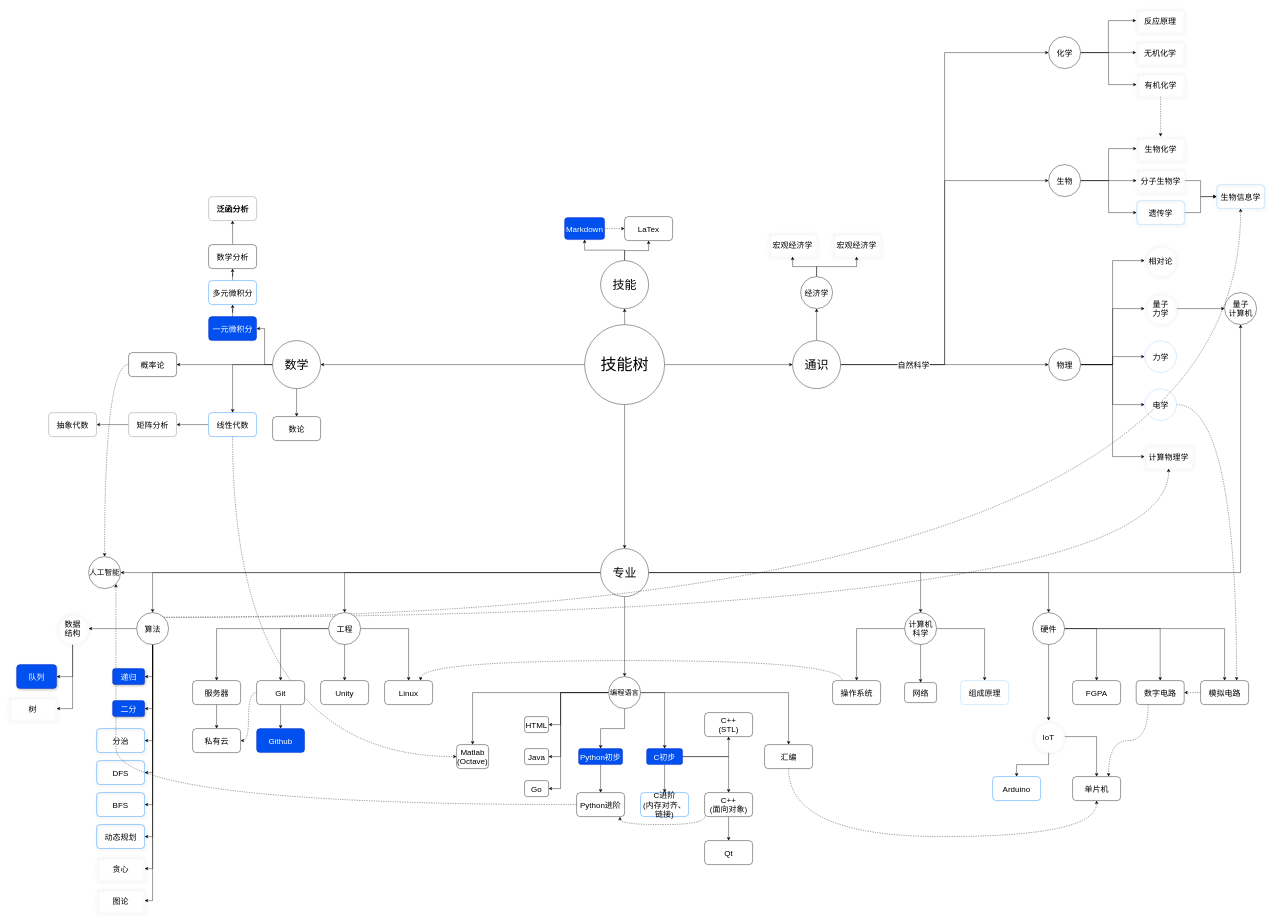
This is map.drawio from JohnLulzh2002/My-notes, a draw.io file, before an edit. Source tidied: cells renumbered, new cells numbered last; positions are measured from the earlier drawing's top-left corner, leaving out a move shared by most shapes. Both pictures are drawn from the tidied source at 40%, with x=0, y=0 at pixel (8, 8).
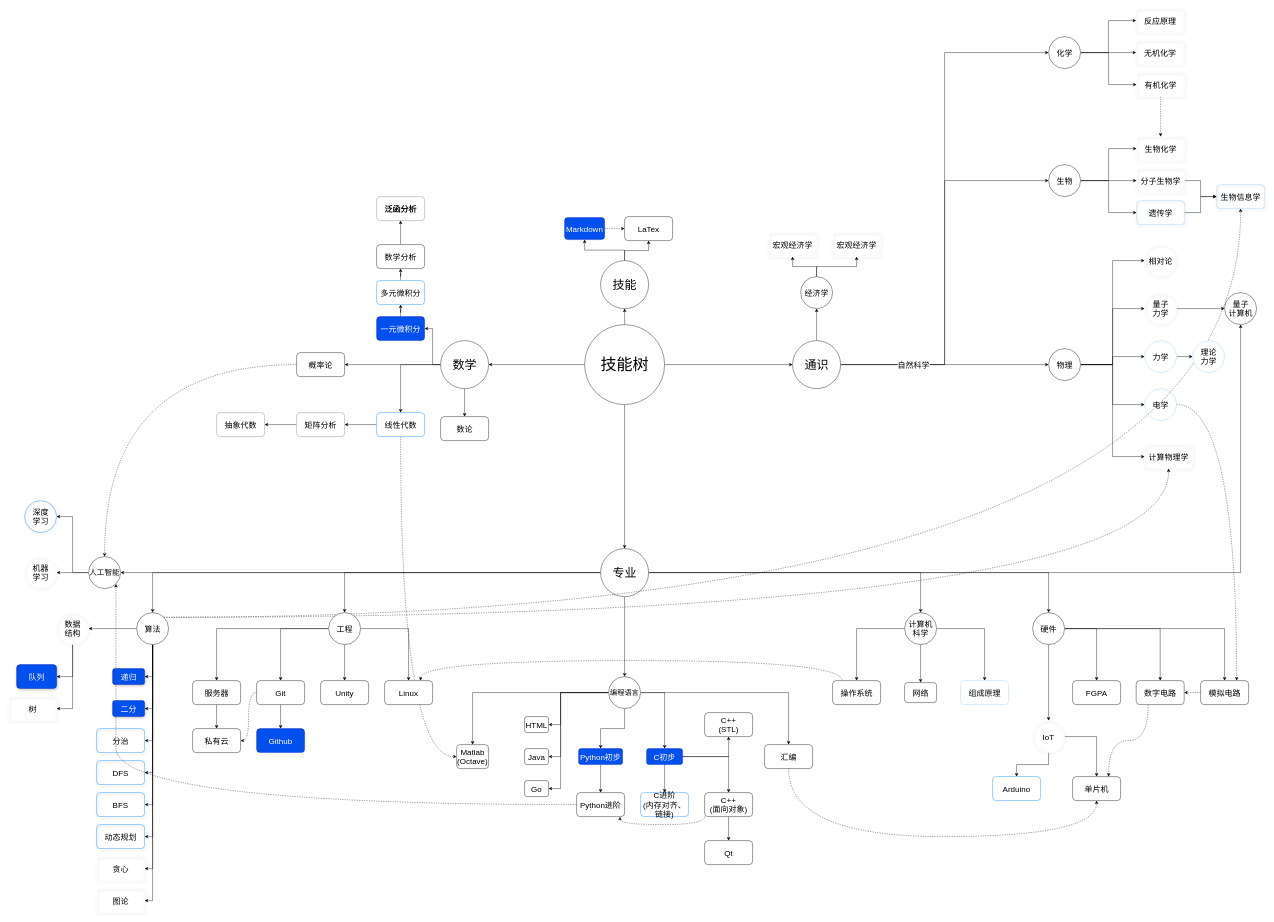
The same diagram, later.

The change refers to these unchanged cells:
```xml
<mxCell id="54" value="力学" style="ellipse;whiteSpace=wrap;html=1;fontSize=20;strokeColor=#99CCFF;" parent="1" vertex="1">
  <mxGeometry x="2840" y="830" width="80" height="80" as="geometry" />
</mxCell>
<mxCell id="114" value="&lt;font style=&quot;font-size: 19px&quot;&gt;人工智能&lt;/font&gt;" style="ellipse;whiteSpace=wrap;html=1;rounded=1;gradientColor=none;fontSize=20;" parent="1" vertex="1">
  <mxGeometry x="200" y="1370" width="80" height="80" as="geometry" />
</mxCell>
```

Change to the diagram source:
```diff
@@
     <mxCell id="28" value="&lt;font style=&quot;font-size: 30px&quot;&gt;数学&lt;/font&gt;" style="ellipse;whiteSpace=wrap;html=1;fontSize=20;" parent="1" vertex="1">
-      <mxGeometry x="660" y="830" width="120" height="120" as="geometry" />
+      <mxGeometry x="1080" y="830" width="120" height="120" as="geometry" />
     </mxCell>
@@
     <mxCell id="35" value="一元微积分" style="rounded=1;whiteSpace=wrap;html=1;fontSize=20;strokeColor=#001DBC;fillColor=#0050ef;fontColor=#ffffff;" parent="1" vertex="1">
-      <mxGeometry x="500" y="770" width="120" height="60" as="geometry" />
+      <mxGeometry x="920" y="770" width="120" height="60" as="geometry" />
     </mxCell>
@@
     <mxCell id="38" value="线性代数" style="rounded=1;whiteSpace=wrap;html=1;fontSize=20;strokeColor=#007FFF;" parent="1" vertex="1">
-      <mxGeometry x="500" y="1010" width="120" height="60" as="geometry" />
+      <mxGeometry x="920" y="1010" width="120" height="60" as="geometry" />
     </mxCell>
@@
     <mxCell id="40" value="矩阵分析" style="whiteSpace=wrap;html=1;rounded=1;fontSize=20;strokeColor=#808080;" parent="1" vertex="1">
-      <mxGeometry x="300" y="1010" width="120" height="60" as="geometry" />
+      <mxGeometry x="720" y="1010" width="120" height="60" as="geometry" />
     </mxCell>
@@
     <mxCell id="42" value="数学分析" style="whiteSpace=wrap;html=1;rounded=1;fontSize=20;" parent="1" vertex="1">
-      <mxGeometry x="500" y="590" width="120" height="60" as="geometry" />
+      <mxGeometry x="920" y="590" width="120" height="60" as="geometry" />
     </mxCell>
@@
     <mxCell id="44" value="概率论" style="whiteSpace=wrap;html=1;fontSize=20;rounded=1;" parent="1" vertex="1">
-      <mxGeometry x="300" y="860" width="120" height="60" as="geometry" />
+      <mxGeometry x="720" y="860" width="120" height="60" as="geometry" />
     </mxCell>
     <mxCell id="45" value="数论" style="rounded=1;whiteSpace=wrap;html=1;fontSize=20;" parent="1" vertex="1">
-      <mxGeometry x="660" y="1020" width="120" height="60" as="geometry" />
+      <mxGeometry x="1080" y="1020" width="120" height="60" as="geometry" />
     </mxCell>
@@
+    <mxCell id="176" style="edgeStyle=orthogonalEdgeStyle;rounded=0;jettySize=auto;html=1;" parent="1" edge="1" source="54" target="179">
+      <mxGeometry relative="1" as="geometry" />
+    </mxCell>
@@
+    <mxCell id="177" style="edgeStyle=orthogonalEdgeStyle;rounded=0;jettySize=auto;html=1;" parent="1" edge="1" source="114" target="180">
+      <mxGeometry relative="1" as="geometry" />
+    </mxCell>
+    <mxCell id="178" style="edgeStyle=orthogonalEdgeStyle;rounded=0;jettySize=auto;html=1;entryX=1;entryY=0.5;entryDx=0;entryDy=0;" parent="1" edge="1" source="114" target="181">
+      <mxGeometry relative="1" as="geometry" />
+    </mxCell>
@@
     <mxCell id="129" value="&lt;span class=&quot;RichText ztext CopyrightRichText-richText&quot; itemprop=&quot;text&quot;&gt;&lt;b&gt;泛函分析&lt;/b&gt;&lt;/span&gt;" style="whiteSpace=wrap;html=1;rounded=1;fontSize=20;strokeColor=#808080;" parent="1" vertex="1">
-      <mxGeometry x="500" y="470" width="120" height="60" as="geometry" />
+      <mxGeometry x="920" y="470" width="120" height="60" as="geometry" />
     </mxCell>
@@
     <mxCell id="164" value="抽象代数" style="whiteSpace=wrap;html=1;rounded=1;fontSize=20;strokeColor=#808080;" parent="1" vertex="1">
-      <mxGeometry x="100" y="1010" width="120" height="60" as="geometry" />
+      <mxGeometry x="520" y="1010" width="120" height="60" as="geometry" />
     </mxCell>
@@
     <mxCell id="175" value="多元微积分" style="rounded=1;whiteSpace=wrap;html=1;fontSize=20;strokeColor=#007FFF;" parent="1" vertex="1">
-      <mxGeometry x="500" y="680" width="120" height="60" as="geometry" />
+      <mxGeometry x="920" y="680" width="120" height="60" as="geometry" />
     </mxCell>
+    <mxCell id="179" value="理论&lt;br&gt;力学" style="ellipse;whiteSpace=wrap;html=1;fontSize=20;strokeColor=#99CCFF;" parent="1" vertex="1">
+      <mxGeometry x="2960" y="830" width="80" height="80" as="geometry" />
+    </mxCell>
+    <mxCell id="180" value="机器&lt;br&gt;学习" style="ellipse;whiteSpace=wrap;html=1;rounded=1;shadow=1;glass=0;strokeColor=#FFFFFF;fillColor=none;gradientColor=none;fontSize=20;" parent="1" vertex="1">
+      <mxGeometry x="40" y="1370" width="80" height="80" as="geometry" />
+    </mxCell>
+    <mxCell id="181" value="深度&lt;br&gt;学习" style="ellipse;whiteSpace=wrap;html=1;rounded=1;shadow=1;glass=0;fillColor=none;gradientColor=none;fontSize=20;strokeColor=#007FFF;" parent="1" vertex="1">
+      <mxGeometry x="40" y="1230" width="80" height="80" as="geometry" />
+    </mxCell>
```
